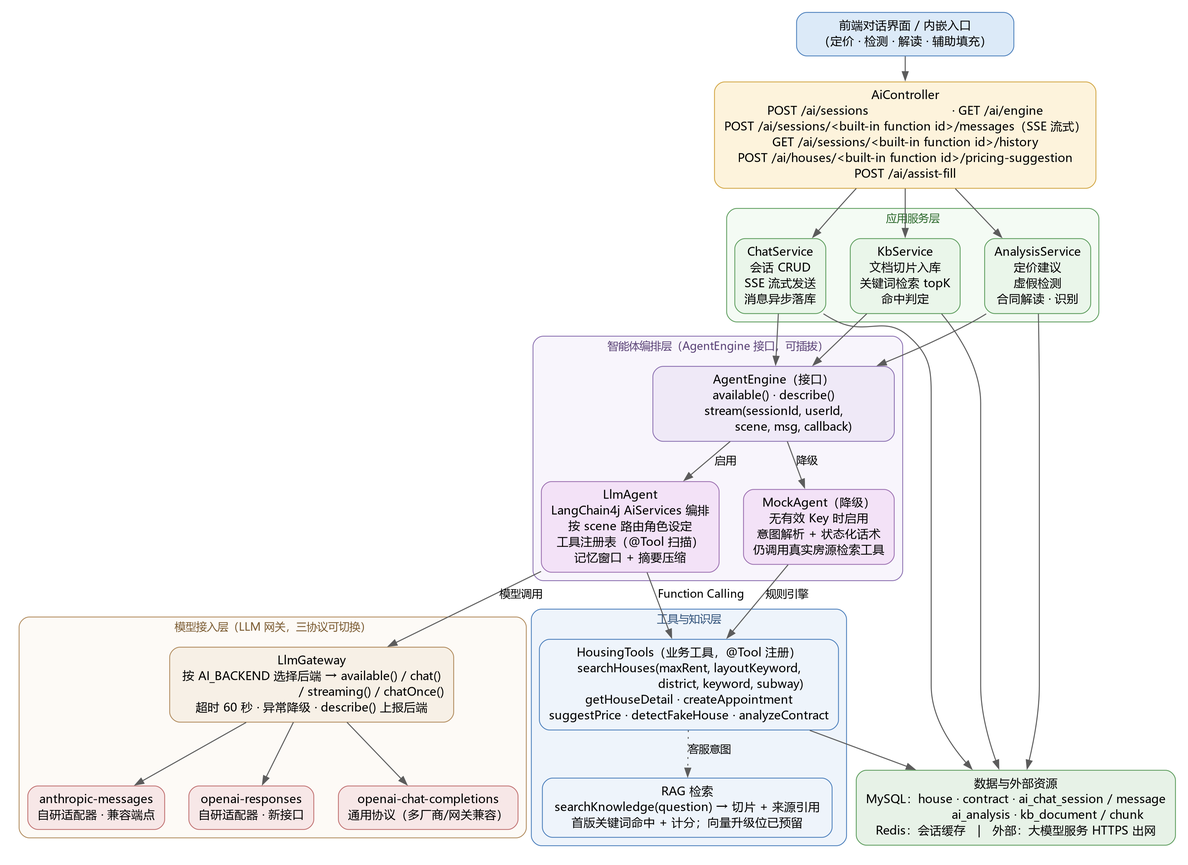
Before: doc/03.概要设计/assets/figures/fig_3_1_mod_ai_agent.png, a diagram exported from Graphviz (chuanshanjia666/RentAgent). Its source is kept beside it as doc/03.概要设计/assets/figures/fig_3_1_mod_ai_agent.dot.
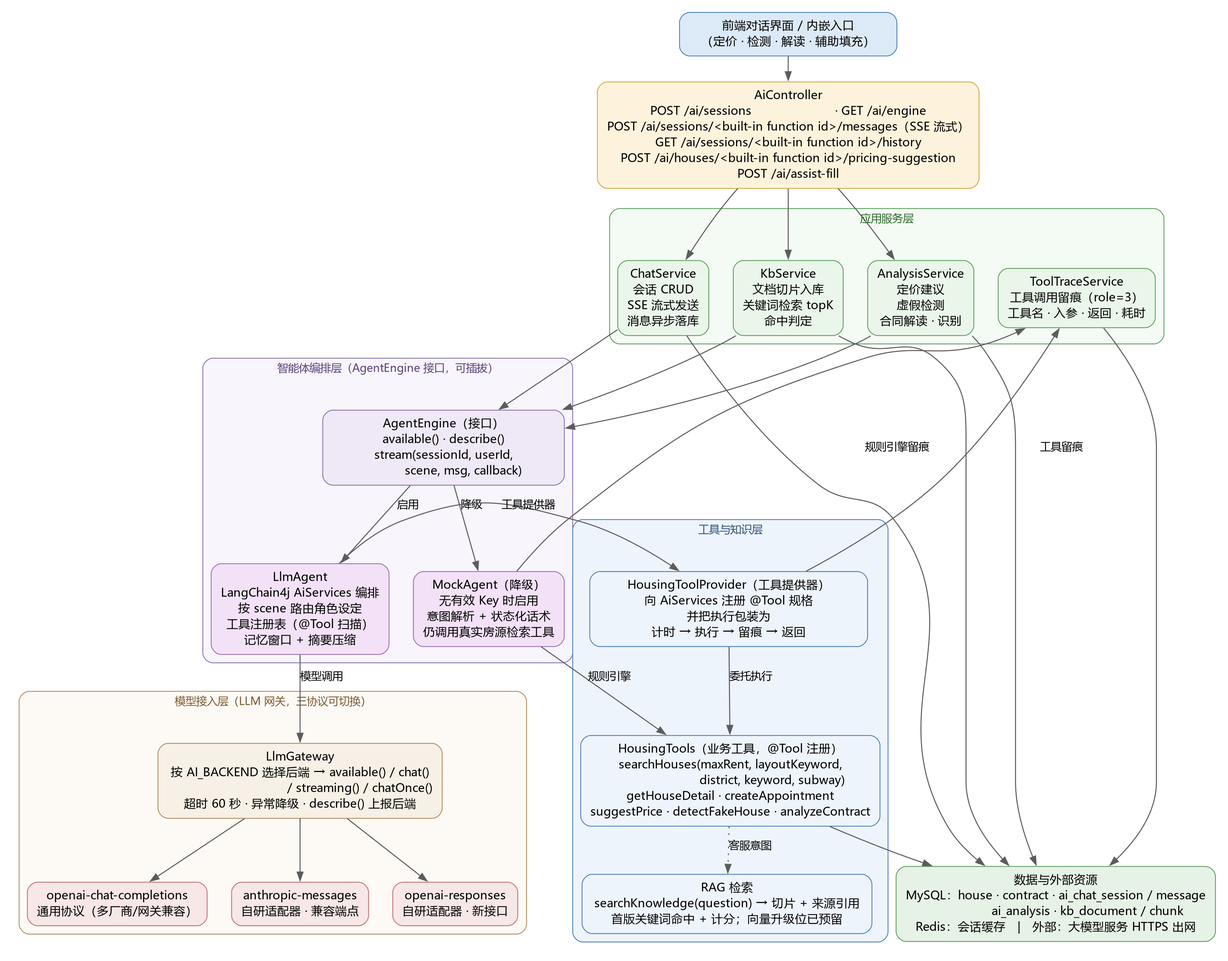
Later version of the same file.

Diff of the diagram source:
```diff
@@ -29,7 +29,10 @@
 定价建议
 虚假检测
 合同解读 · 识别", fillcolor="#eaf6ea", color="#5c9c5c"];
-    {rank=same; chat; kb; ana;}
+    trace [label="ToolTraceService
+工具调用留痕（role=3）
+工具名 · 入参 · 返回 · 耗时", fillcolor="#eaf6ea", color="#5c9c5c"];
+    {rank=same; chat; kb; ana; trace;}
   }
 
   subgraph cluster_engine {
@@ -74,6 +77,11 @@
   subgraph cluster_tools {
     label="工具与知识层"; fontsize=13; fontcolor="#31527a"; style="rounded,filled";
     fillcolor="#eef4fb"; color="#4a7ebb"; margin=10;
+    prov [label="HousingToolProvider（工具提供器）
+向 AiServices 注册 @Tool 规格
+并把执行包装为
+计时 → 执行 → 留痕 → 返回",
+           fillcolor="#eef4fb", color="#4a7ebb", width=4.6];
     tools [label="HousingTools（业务工具，@Tool 注册）
 searchHouses(maxRent, layoutKeyword,
 　　　　　　　district, keyword, subway)
@@ -96,9 +104,10 @@
   ctrl -> chat; ctrl -> kb; ctrl -> ana;
   chat -> api; kb -> api; ana -> api;
   api -> llm [label="启用"]; api -> mck [label="降级"];
-  llm -> gw [label="模型调用"]; llm -> tools [label="Function Calling"];
-  mck -> tools [label="规则引擎"];
+  llm -> gw [label="模型调用"]; llm -> prov [label="工具提供器"];
+  prov -> tools [label="委托执行"]; prov -> trace [label="工具留痕"];
+  mck -> tools [label="规则引擎"]; mck -> trace [label="规则引擎留痕"];
   tools -> rag [style=dotted, label="客服意图"];
   gw -> p1; gw -> p2; gw -> p3;
-  tools -> data; ana -> data; chat -> data; kb -> data;
+  tools -> data; ana -> data; chat -> data; kb -> data; trace -> data;
 }
```
